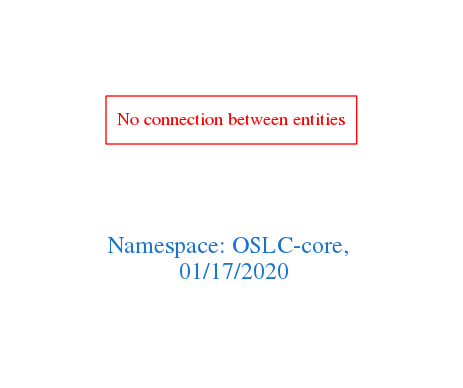
Before: downloads/OSLC-core.png, a diagram exported from Graphviz (arago/OGIT). Its source is kept beside it as downloads/OSLC-core.dot.
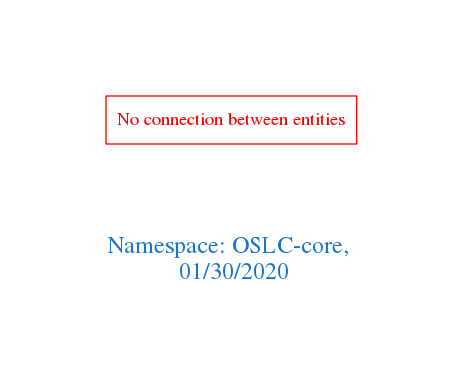
The same diagram one commit later.

What changed in the source:
```diff
@@ -1,7 +1,7 @@
 digraph OGIT_ontology {
  graph [ rankdir= LR,pad=1
 fontsize = 18,
-fontcolor= dodgerblue3,label = "\n\n\nNamespace: OSLC-core, \n 01/17/2020"];
+fontcolor= dodgerblue3,label = "\n\n\nNamespace: OSLC-core, \n 01/30/2020"];
 node[shape=polygon];
 edge [  color="gray81"];
 
```
